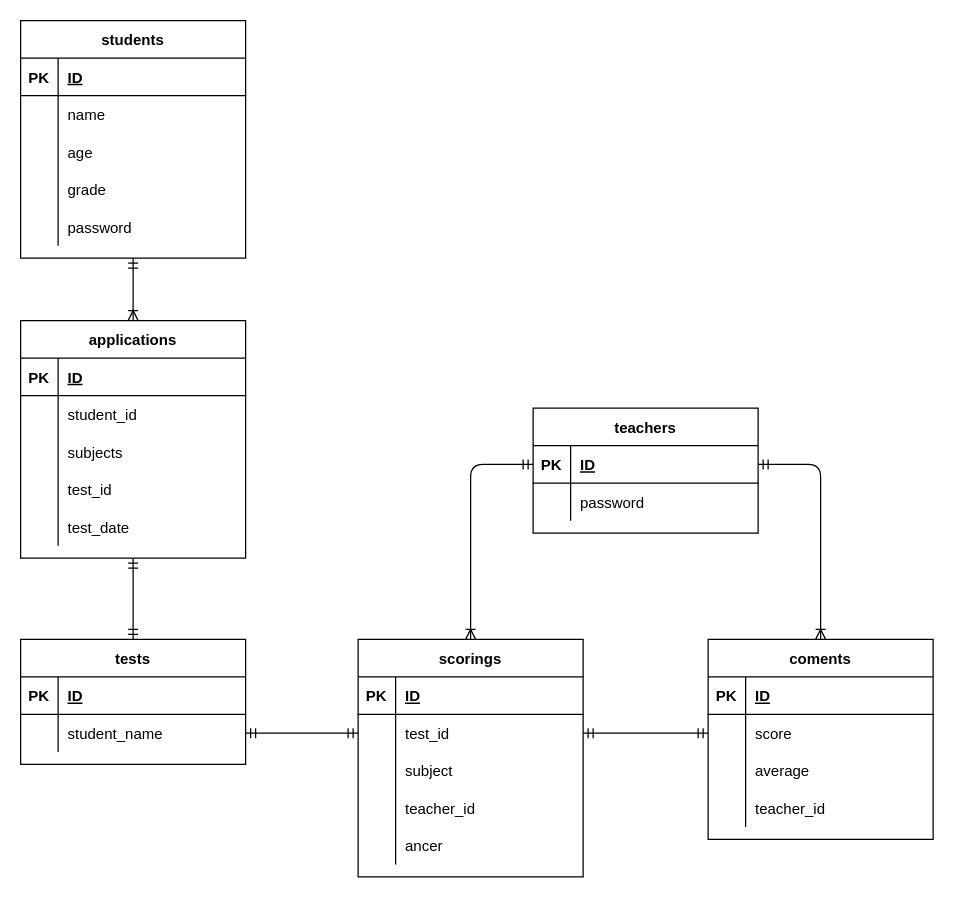
Above: ER_diagram.drawio in SatoryoTK/DATABASEdesign (draw.io), before the change. Source tidied: cells renumbered, new cells numbered last; positions are measured from the earlier drawing's top-left corner, leaving out a move shared by most shapes. Both pictures are drawn from the tidied source at 125%, with x=0, y=0 at pixel (20, 20).
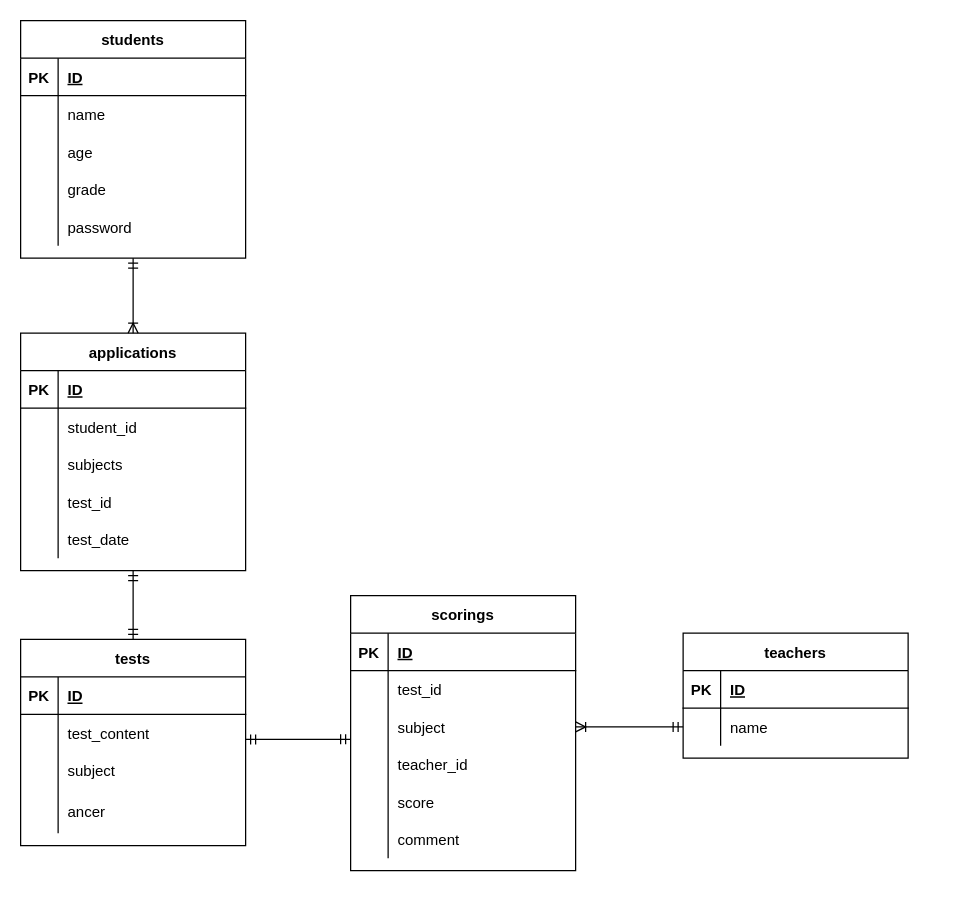
After the change.

Unchanged cells that the change refers to:
```xml
<mxCell id="38" style="shape=partialRectangle;fillColor=none;top=0;left=0;bottom=0;right=0;points=[[0,0.5],[1,0.5]];portConstraint=eastwest;" parent="34" vertex="1">
  <mxGeometry y="60" width="180" height="30" as="geometry" />
</mxCell>
<mxCell id="46" style="shape=partialRectangle;fillColor=none;top=0;left=0;bottom=0;right=0;points=[[0,0.5],[1,0.5]];portConstraint=eastwest;" parent="42" vertex="1">
  <mxGeometry y="60" width="180" height="30" as="geometry" />
</mxCell>
<mxCell id="49" style="shape=partialRectangle;fillColor=none;top=0;left=0;bottom=0;right=0;points=[[0,0.5],[1,0.5]];portConstraint=eastwest;" parent="42" vertex="1">
  <mxGeometry y="90" width="180" height="30" as="geometry" />
</mxCell>
<mxCell id="72" style="shape=partialRectangle;fillColor=none;top=0;left=0;bottom=1;right=0;points=[[0,0.5],[1,0.5]];portConstraint=eastwest;" parent="71" vertex="1">
  <mxGeometry y="30" width="180" height="30" as="geometry" />
</mxCell>
<mxCell id="75" style="shape=partialRectangle;fillColor=none;top=0;left=0;bottom=0;right=0;points=[[0,0.5],[1,0.5]];portConstraint=eastwest;" parent="71" vertex="1">
  <mxGeometry y="60" width="180" height="30" as="geometry" />
</mxCell>
```

What changed in the source:
```diff
@@
     <mxCell id="18" value="applications" style="shape=table;startSize=30;childLayout=tableLayout;rowLines=0;fontStyle=1;align=center;" parent="1" vertex="1">
-      <mxGeometry y="240" width="180" height="190" as="geometry" />
+      <mxGeometry y="250" width="180" height="190" as="geometry" />
     </mxCell>
@@
     <mxCell id="34" value="tests" style="shape=table;startSize=30;childLayout=tableLayout;rowLines=0;fontStyle=1;align=center;" parent="1" vertex="1">
-      <mxGeometry y="495" width="180" height="100" as="geometry" />
+      <mxGeometry y="495" width="180" height="165" as="geometry" />
     </mxCell>
@@
-    <mxCell id="40" value="student_name" style="shape=partialRectangle;fillColor=none;top=0;left=0;bottom=0;right=0;align=left;spacingLeft=6;overflow=hidden;" parent="38" vertex="1">
+    <mxCell id="40" value="test_content" style="shape=partialRectangle;fillColor=none;top=0;left=0;bottom=0;right=0;align=left;spacingLeft=6;overflow=hidden;" parent="38" vertex="1">
       <mxGeometry x="30" width="150" height="30" as="geometry" />
     </mxCell>
+    <mxCell id="65" style="shape=partialRectangle;fillColor=none;top=0;left=0;bottom=0;right=0;" parent="34" vertex="1">
+      <mxGeometry y="90" width="180" height="30" as="geometry" />
+    </mxCell>
+    <mxCell id="83" style="shape=partialRectangle;fillColor=none;top=0;left=0;bottom=0;right=0;overflow=hidden;" parent="65" vertex="1">
+      <mxGeometry width="30" height="30" as="geometry" />
+    </mxCell>
+    <mxCell id="84" value="subject" style="shape=partialRectangle;fillColor=none;top=0;left=0;bottom=0;right=0;align=left;spacingLeft=6;overflow=hidden;" parent="65" vertex="1">
+      <mxGeometry x="30" width="150" height="30" as="geometry" />
+    </mxCell>
+    <mxCell id="85" style="shape=partialRectangle;fillColor=none;top=0;left=0;bottom=0;right=0;" parent="34" vertex="1">
+      <mxGeometry y="120" width="180" height="35" as="geometry" />
+    </mxCell>
+    <mxCell id="86" style="shape=partialRectangle;fillColor=none;top=0;left=0;bottom=0;right=0;overflow=hidden;" parent="85" vertex="1">
+      <mxGeometry width="30" height="35" as="geometry" />
+    </mxCell>
+    <mxCell id="87" value="ancer" style="shape=partialRectangle;fillColor=none;top=0;left=0;bottom=0;right=0;align=left;spacingLeft=6;overflow=hidden;" parent="85" vertex="1">
+      <mxGeometry x="30" width="150" height="35" as="geometry" />
+    </mxCell>
@@
     <mxCell id="42" value="scorings" style="shape=table;startSize=30;childLayout=tableLayout;rowLines=0;fontStyle=1;align=center;" parent="1" vertex="1">
-      <mxGeometry x="270" y="495" width="180" height="190" as="geometry" />
+      <mxGeometry x="264" y="460" width="180" height="220" as="geometry" />
     </mxCell>
@@
+    <mxCell id="88" style="shape=partialRectangle;fillColor=none;top=0;left=0;bottom=0;right=0;" parent="42" vertex="1">
+      <mxGeometry y="150" width="180" height="30" as="geometry" />
+    </mxCell>
+    <mxCell id="89" style="shape=partialRectangle;fillColor=none;top=0;left=0;bottom=0;right=0;overflow=hidden;" parent="88" vertex="1">
+      <mxGeometry width="30" height="30" as="geometry" />
+    </mxCell>
+    <mxCell id="64" value="score" style="shape=partialRectangle;fillColor=none;top=0;left=0;bottom=0;right=0;align=left;spacingLeft=6;overflow=hidden;" parent="88" vertex="1">
+      <mxGeometry x="30" width="150" height="30" as="geometry" />
+    </mxCell>
     <mxCell id="55" style="shape=partialRectangle;fillColor=none;top=0;left=0;bottom=0;right=0;" parent="42" vertex="1">
-      <mxGeometry y="150" width="180" height="30" as="geometry" />
+      <mxGeometry y="180" width="180" height="30" as="geometry" />
     </mxCell>
@@
-    <mxCell id="57" value="ancer" style="shape=partialRectangle;fillColor=none;top=0;left=0;bottom=0;right=0;align=left;spacingLeft=6;overflow=hidden;" parent="55" vertex="1">
+    <mxCell id="57" value="comment" style="shape=partialRectangle;fillColor=none;top=0;left=0;bottom=0;right=0;align=left;spacingLeft=6;overflow=hidden;" parent="55" vertex="1">
       <mxGeometry x="30" width="150" height="30" as="geometry" />
     </mxCell>
-    <mxCell id="58" value="coments" style="shape=table;startSize=30;childLayout=tableLayout;rowLines=0;fontStyle=1;align=center;" parent="1" vertex="1">
-      <mxGeometry x="550" y="495" width="180" height="160" as="geometry" />
-    </mxCell>
-    <mxCell id="59" style="shape=partialRectangle;fillColor=none;top=0;left=0;bottom=1;right=0;" parent="58" vertex="1">
-      <mxGeometry y="30" width="180" height="30" as="geometry" />
-    </mxCell>
-    <mxCell id="60" value="PK" style="shape=partialRectangle;fillColor=none;top=0;left=0;bottom=0;right=0;fontStyle=1;overflow=hidden;" parent="59" vertex="1">
-      <mxGeometry width="30" height="30" as="geometry" />
-    </mxCell>
-    <mxCell id="61" value="ID" style="shape=partialRectangle;fillColor=none;top=0;left=0;bottom=0;right=0;align=left;spacingLeft=6;fontStyle=5;overflow=hidden;" parent="59" vertex="1">
-      <mxGeometry x="30" width="150" height="30" as="geometry" />
-    </mxCell>
-    <mxCell id="62" style="shape=partialRectangle;fillColor=none;top=0;left=0;bottom=0;right=0;points=[[0,0.5],[1,0.5]];portConstraint=eastwest;" parent="58" vertex="1">
-      <mxGeometry y="60" width="180" height="30" as="geometry" />
-    </mxCell>
-    <mxCell id="63" style="shape=partialRectangle;fillColor=none;top=0;left=0;bottom=0;right=0;overflow=hidden;" parent="62" vertex="1">
-      <mxGeometry width="30" height="30" as="geometry" />
-    </mxCell>
-    <mxCell id="64" value="score" style="shape=partialRectangle;fillColor=none;top=0;left=0;bottom=0;right=0;align=left;spacingLeft=6;overflow=hidden;" parent="62" vertex="1">
-      <mxGeometry x="30" width="150" height="30" as="geometry" />
-    </mxCell>
-    <mxCell id="65" style="shape=partialRectangle;fillColor=none;top=0;left=0;bottom=0;right=0;" parent="58" vertex="1">
-      <mxGeometry y="90" width="180" height="30" as="geometry" />
-    </mxCell>
-    <mxCell id="66" style="shape=partialRectangle;fillColor=none;top=0;left=0;bottom=0;right=0;overflow=hidden;" parent="65" vertex="1">
-      <mxGeometry width="30" height="30" as="geometry" />
-    </mxCell>
-    <mxCell id="67" value="average" style="shape=partialRectangle;fillColor=none;top=0;left=0;bottom=0;right=0;align=left;spacingLeft=6;overflow=hidden;" parent="65" vertex="1">
-      <mxGeometry x="30" width="150" height="30" as="geometry" />
-    </mxCell>
-    <mxCell id="68" style="shape=partialRectangle;fillColor=none;top=0;left=0;bottom=0;right=0;" parent="58" vertex="1">
-      <mxGeometry y="120" width="180" height="30" as="geometry" />
-    </mxCell>
-    <mxCell id="69" style="shape=partialRectangle;fillColor=none;top=0;left=0;bottom=0;right=0;overflow=hidden;" parent="68" vertex="1">
-      <mxGeometry width="30" height="30" as="geometry" />
-    </mxCell>
-    <mxCell id="70" value="teacher_id" style="shape=partialRectangle;fillColor=none;top=0;left=0;bottom=0;right=0;align=left;spacingLeft=6;overflow=hidden;" parent="68" vertex="1">
-      <mxGeometry x="30" width="150" height="30" as="geometry" />
-    </mxCell>
     <mxCell id="71" value="teachers" style="shape=table;startSize=30;childLayout=tableLayout;rowLines=0;fontStyle=1;align=center;" parent="1" vertex="1">
-      <mxGeometry x="410" y="310" width="180" height="100" as="geometry" />
+      <mxGeometry x="530" y="490" width="180" height="100" as="geometry" />
     </mxCell>
@@
-    <mxCell id="77" value="password" style="shape=partialRectangle;fillColor=none;top=0;left=0;bottom=0;right=0;align=left;spacingLeft=6;overflow=hidden;" parent="75" vertex="1">
+    <mxCell id="77" value="name" style="shape=partialRectangle;fillColor=none;top=0;left=0;bottom=0;right=0;align=left;spacingLeft=6;overflow=hidden;" parent="75" vertex="1">
       <mxGeometry x="30" width="150" height="30" as="geometry" />
     </mxCell>
-    <mxCell id="78" style="edgeStyle=entityRelationEdgeStyle;fontSize=12;html=1;endArrow=ERmandOne;startArrow=ERmandOne;exitX=1;exitY=0.5;exitDx=0;exitDy=0;entryX=0;entryY=0.5;entryDx=0;entryDy=0;" parent="1" edge="1" source="46" target="62">
-      <mxGeometry relative="1" as="geometry" />
-    </mxCell>
-    <mxCell id="79" style="edgeStyle=orthogonalEdgeStyle;fontSize=12;html=1;endArrow=ERoneToMany;startArrow=ERmandOne;entryX=0.5;entryY=0;entryDx=0;entryDy=0;exitX=0;exitY=0.5;exitDx=0;exitDy=0;" parent="1" edge="1" source="72" target="42">
-      <mxGeometry relative="1" as="geometry">
-        <Array as="points">
-          <mxPoint x="360" y="355" />
-        </Array>
-      </mxGeometry>
+    <mxCell id="79" style="fontSize=12;html=1;endArrow=ERoneToMany;startArrow=ERmandOne;exitX=0;exitY=0.5;exitDx=0;exitDy=0;entryX=1;entryY=0.5;entryDx=0;entryDy=0;" parent="1" edge="1" source="75" target="49">
+      <mxGeometry relative="1" as="geometry" />
     </mxCell>
-    <mxCell id="80" style="edgeStyle=orthogonalEdgeStyle;fontSize=12;html=1;endArrow=ERoneToMany;startArrow=ERmandOne;entryX=0.5;entryY=0;entryDx=0;entryDy=0;exitX=1;exitY=0.5;exitDx=0;exitDy=0;" parent="1" edge="1" source="72" target="58">
-      <mxGeometry relative="1" as="geometry">
-        <Array as="points">
-          <mxPoint x="640" y="355" />
-        </Array>
-      </mxGeometry>
-    </mxCell>
-    <mxCell id="81" style="edgeStyle=entityRelationEdgeStyle;fontSize=12;html=1;endArrow=ERmandOne;startArrow=ERmandOne;exitX=1;exitY=0.5;exitDx=0;exitDy=0;entryX=0;entryY=0.5;entryDx=0;entryDy=0;" parent="1" edge="1" source="38" target="46">
-      <mxGeometry relative="1" as="geometry" />
+    <mxCell id="81" style="edgeStyle=entityRelationEdgeStyle;fontSize=12;html=1;endArrow=ERmandOne;startArrow=ERmandOne;entryX=0;entryY=0.833;entryDx=0;entryDy=0;entryPerimeter=0;" parent="1" edge="1" target="49">
+      <mxGeometry relative="1" as="geometry">
+        <mxPoint x="180" y="575" as="sourcePoint" />
+      </mxGeometry>
     </mxCell>
```
